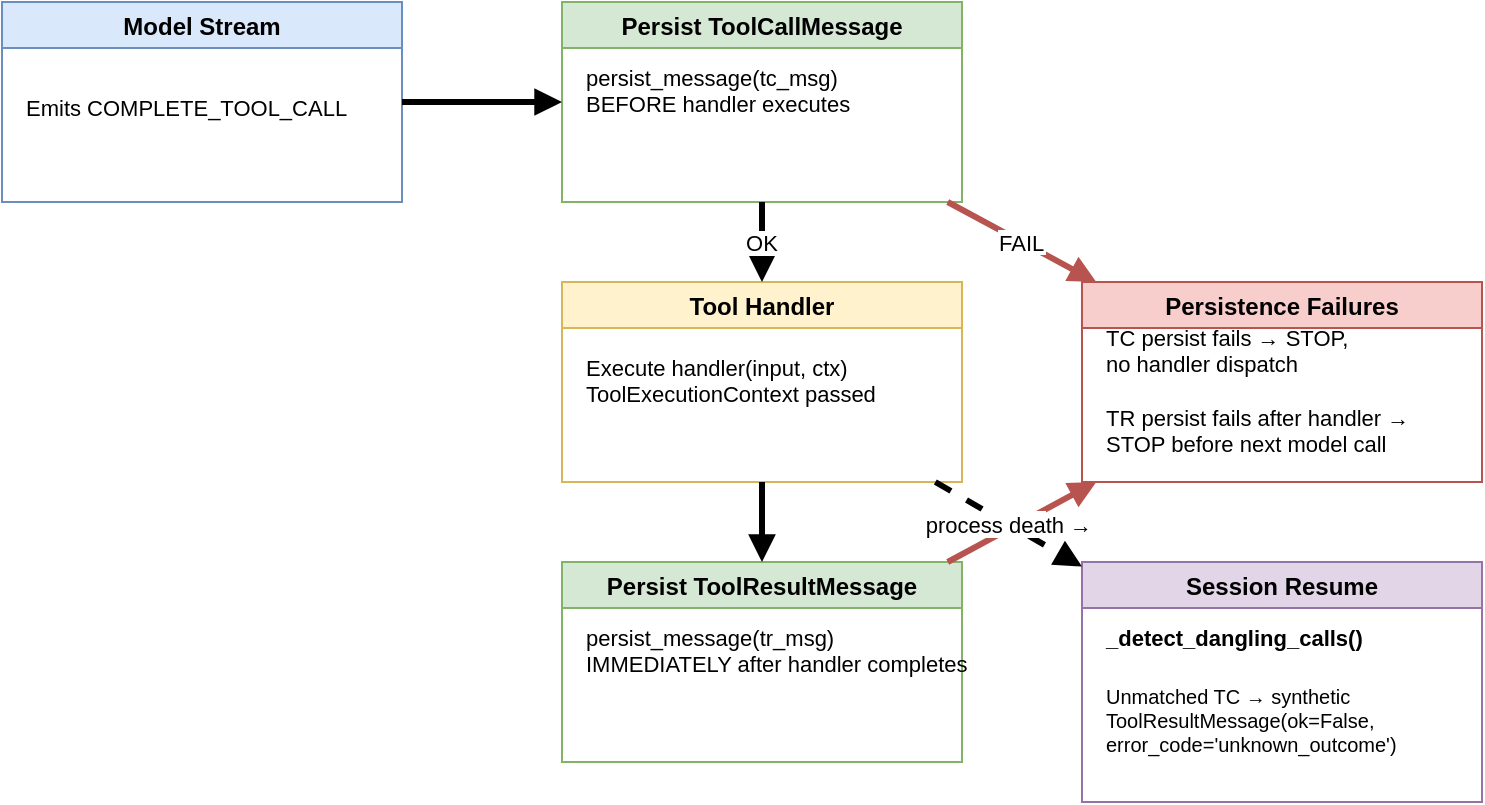
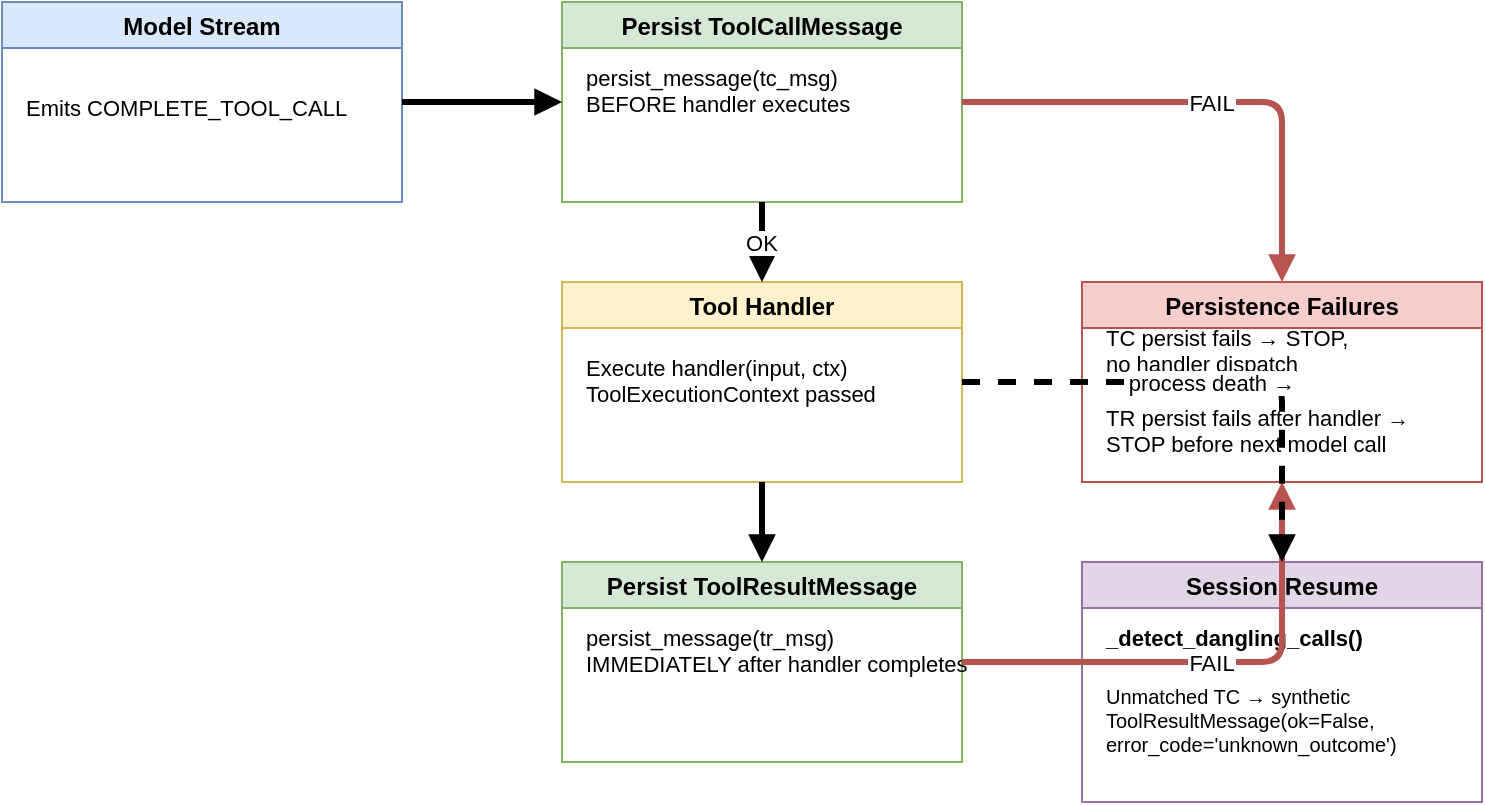
<mxfile host="app.diagrams.net">
  <diagram name="tool-effects">
    <mxGraphModel dx="1200" dy="800" grid="1" gridSize="10" guides="1" tooltips="1" connect="1" arrows="1" fold="1">
      <root>
        <mxCell id="0"/>
        <mxCell id="1" parent="0"/>
        <mxCell id="group-model" value="Model Stream" style="swimlane;fillColor=#dae8fc;strokeColor=#6c8ebf;" vertex="1" parent="1">
          <mxGeometry x="40" y="40" width="200" height="100" as="geometry"/>
        </mxCell>
        <mxCell id="model-emit" value="Emits COMPLETE_TOOL_CALL" style="text;fontSize=11;" vertex="1" parent="group-model">
          <mxGeometry x="10" y="40" width="180" height="30" as="geometry"/>
        </mxCell>
        <mxCell id="group-persist-tc" value="Persist ToolCallMessage" style="swimlane;fillColor=#d5e8d4;strokeColor=#82b366;fontStyle=1;" vertex="1" parent="1">
          <mxGeometry x="320" y="40" width="200" height="100" as="geometry"/>
        </mxCell>
        <mxCell id="tc-persist" value="persist_message(tc_msg)&#xa;BEFORE handler executes" style="text;fontSize=11;" vertex="1" parent="group-persist-tc">
          <mxGeometry x="10" y="25" width="180" height="50" as="geometry"/>
        </mxCell>
        <mxCell id="group-handler" value="Tool Handler" style="swimlane;fillColor=#fff2cc;strokeColor=#d6b656;" vertex="1" parent="1">
          <mxGeometry x="320" y="180" width="200" height="100" as="geometry"/>
        </mxCell>
        <mxCell id="handler-exec" value="Execute handler(input, ctx)&#xa;ToolExecutionContext passed" style="text;fontSize=11;" vertex="1" parent="group-handler">
          <mxGeometry x="10" y="30" width="180" height="45" as="geometry"/>
        </mxCell>
        <mxCell id="group-persist-tr" value="Persist ToolResultMessage" style="swimlane;fillColor=#d5e8d4;strokeColor=#82b366;fontStyle=1;" vertex="1" parent="1">
          <mxGeometry x="320" y="320" width="200" height="100" as="geometry"/>
        </mxCell>
        <mxCell id="tr-persist" value="persist_message(tr_msg)&#xa;IMMEDIATELY after handler completes" style="text;fontSize=11;" vertex="1" parent="group-persist-tr">
          <mxGeometry x="10" y="25" width="180" height="50" as="geometry"/>
        </mxCell>
        <mxCell id="group-fail" value="Persistence Failures" style="swimlane;fillColor=#f8cecc;strokeColor=#b85450;" vertex="1" parent="1">
          <mxGeometry x="580" y="180" width="200" height="100" as="geometry"/>
        </mxCell>
        <mxCell id="fail-tc" value="TC persist fails → STOP,&#xa;no handler dispatch" style="text;fontSize=11;" vertex="1" parent="group-fail">
          <mxGeometry x="10" y="15" width="180" height="35" as="geometry"/>
        </mxCell>
        <mxCell id="fail-tr" value="TR persist fails after handler →&#xa;STOP before next model call" style="text;fontSize=11;" vertex="1" parent="group-fail">
          <mxGeometry x="10" y="55" width="180" height="35" as="geometry"/>
        </mxCell>
        <mxCell id="group-resume" value="Session Resume" style="swimlane;fillColor=#e1d5e7;strokeColor=#9673a6;" vertex="1" parent="1">
          <mxGeometry x="580" y="320" width="200" height="120" as="geometry"/>
        </mxCell>
        <mxCell id="resume-detect" value="_detect_dangling_calls()" style="text;fontSize=11;fontStyle=1;" vertex="1" parent="group-resume">
          <mxGeometry x="10" y="25" width="180" height="25" as="geometry"/>
        </mxCell>
        <mxCell id="resume-synth" value="Unmatched TC → synthetic&#xa;ToolResultMessage(ok=False,&#xa;error_code='unknown_outcome')" style="text;fontSize=10;" vertex="1" parent="group-resume">
          <mxGeometry x="10" y="55" width="180" height="55" as="geometry"/>
        </mxCell>
-         <mxCell id="edge-model-tc" value="" style="endArrow=block;endFill=1;strokeWidth=3;" edge="1" parent="1" source="group-model" target="group-persist-tc">
+         <mxCell id="edge-model-tc" value="" style="edgeStyle=orthogonalEdgeStyle;orthogonalLoop=1;jettySize=auto;endArrow=block;endFill=1;strokeWidth=3;" edge="1" parent="1" source="group-model" target="group-persist-tc">
          <mxGeometry relative="1" as="geometry"/>
        </mxCell>
-         <mxCell id="edge-tc-handler" value="OK" style="endArrow=block;endFill=1;strokeWidth=3;" edge="1" parent="1" source="group-persist-tc" target="group-handler">
+         <mxCell id="edge-tc-handler" value="OK" style="edgeStyle=orthogonalEdgeStyle;orthogonalLoop=1;jettySize=auto;endArrow=block;endFill=1;strokeWidth=3;" edge="1" parent="1" source="group-persist-tc" target="group-handler">
          <mxGeometry relative="1" as="geometry"/>
        </mxCell>
-         <mxCell id="edge-handler-tr" value="" style="endArrow=block;endFill=1;strokeWidth=3;" edge="1" parent="1" source="group-handler" target="group-persist-tr">
+         <mxCell id="edge-handler-tr" value="" style="edgeStyle=orthogonalEdgeStyle;orthogonalLoop=1;jettySize=auto;endArrow=block;endFill=1;strokeWidth=3;" edge="1" parent="1" source="group-handler" target="group-persist-tr">
          <mxGeometry relative="1" as="geometry"/>
        </mxCell>
-         <mxCell id="edge-tc-fail" value="FAIL" style="endArrow=block;endFill=1;strokeWidth=3;strokeColor=#b85450;" edge="1" parent="1" source="group-persist-tc" target="group-fail">
+         <mxCell id="edge-tc-fail" value="FAIL" style="edgeStyle=orthogonalEdgeStyle;orthogonalLoop=1;jettySize=auto;endArrow=block;endFill=1;strokeWidth=3;strokeColor=#b85450;" edge="1" parent="1" source="group-persist-tc" target="group-fail">
          <mxGeometry relative="1" as="geometry"/>
        </mxCell>
-         <mxCell id="edge-tr-fail" value="FAIL" style="endArrow=block;endFill=1;strokeWidth=3;strokeColor=#b85450;" edge="1" parent="1" source="group-persist-tr" target="group-fail">
+         <mxCell id="edge-tr-fail" value="FAIL" style="edgeStyle=orthogonalEdgeStyle;orthogonalLoop=1;jettySize=auto;endArrow=block;endFill=1;strokeWidth=3;strokeColor=#b85450;" edge="1" parent="1" source="group-persist-tr" target="group-fail">
          <mxGeometry relative="1" as="geometry"/>
        </mxCell>
-         <mxCell id="edge-death-resume" value="process death →" style="endArrow=block;endFill=1;strokeWidth=3;dashed=1;" edge="1" parent="1" source="group-handler" target="group-resume">
+         <mxCell id="edge-death-resume" value="process death →" style="edgeStyle=orthogonalEdgeStyle;orthogonalLoop=1;jettySize=auto;endArrow=block;endFill=1;strokeWidth=3;dashed=1;" edge="1" parent="1" source="group-handler" target="group-resume">
          <mxGeometry relative="1" as="geometry"/>
        </mxCell>
      </root>
    </mxGraphModel>
  </diagram>
</mxfile>
